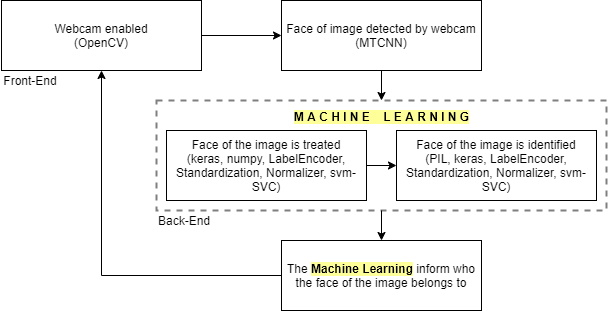
claudineien/machine-learning-webcam-face-recognition-python keeps this draw.io diagram as img/machlearnfacerecogn-en.png. Above is the earlier version. Source tidied: cells renumbered, new cells last; positions are measured from the earlier drawing's top-left corner, leaving out a move shared by most shapes. Its diagram source:
```xml
<mxGraphModel>
  <root>
    <mxCell id="0" />
    <mxCell id="1" parent="0" />
    <mxCell id="2" style="rounded=0;whiteSpace=wrap;html=1;dashed=1;perimeterSpacing=0;strokeWidth=2;fillColor=none;opacity=50;" parent="1" vertex="1">
      <mxGeometry x="156" y="100" width="450" height="110" as="geometry" />
    </mxCell>
    <mxCell id="3" style="edgeStyle=orthogonalEdgeStyle;rounded=0;jettySize=auto;html=1;exitX=1;exitY=0.5;exitDx=0;exitDy=0;entryX=0;entryY=0.5;entryDx=0;entryDy=0;" parent="1" edge="1" source="4" target="6">
      <mxGeometry relative="1" as="geometry" />
    </mxCell>
    <mxCell id="4" value="Webcam enabled&lt;br&gt;(OpenCV)" style="rounded=0;whiteSpace=wrap;html=1;" parent="1" vertex="1">
      <mxGeometry x="1" width="200" height="70" as="geometry" />
    </mxCell>
    <mxCell id="5" style="edgeStyle=orthogonalEdgeStyle;rounded=0;jettySize=auto;html=1;exitX=0.5;exitY=1;exitDx=0;exitDy=0;entryX=0.5;entryY=0;entryDx=0;entryDy=0;" parent="1" edge="1" source="6" target="2">
      <mxGeometry relative="1" as="geometry" />
    </mxCell>
    <mxCell id="6" value="Face of image detected by webcam&lt;br&gt;(MTCNN)" style="rounded=0;whiteSpace=wrap;html=1;" parent="1" vertex="1">
      <mxGeometry x="281" width="200" height="70" as="geometry" />
    </mxCell>
    <mxCell id="7" style="edgeStyle=orthogonalEdgeStyle;rounded=0;jettySize=auto;html=1;exitX=1;exitY=0.5;exitDx=0;exitDy=0;entryX=0;entryY=0.5;entryDx=0;entryDy=0;" parent="1" edge="1" source="8" target="11">
      <mxGeometry relative="1" as="geometry" />
    </mxCell>
    <mxCell id="8" value="Face of the image is treated&lt;br&gt;(keras, numpy, LabelEncoder, Standardization, Normalizer, svm-SVC)" style="rounded=0;whiteSpace=wrap;html=1;" parent="1" vertex="1">
      <mxGeometry x="166" y="130" width="200" height="70" as="geometry" />
    </mxCell>
    <mxCell id="9" value="&lt;b style=&quot;background-color: rgb(255 , 255 , 153)&quot;&gt;M A C H I N E&amp;nbsp; &amp;nbsp; L E A R N I N G&lt;/b&gt;" style="text;html=1;strokeColor=none;fillColor=none;align=center;verticalAlign=middle;whiteSpace=wrap;rounded=0;dashed=1;" parent="1" vertex="1">
      <mxGeometry x="268.5" y="106" width="225" height="20" as="geometry" />
    </mxCell>
    <mxCell id="10" style="edgeStyle=orthogonalEdgeStyle;rounded=0;jettySize=auto;html=1;entryX=0.5;entryY=0;entryDx=0;entryDy=0;exitX=0.5;exitY=1;exitDx=0;exitDy=0;" parent="1" edge="1" source="2" target="13">
      <mxGeometry relative="1" as="geometry" />
    </mxCell>
    <mxCell id="11" value="Face of the image is identified&lt;br&gt;(PIL, keras, LabelEncoder, Standardization, Normalizer, svm-SVC)" style="rounded=0;whiteSpace=wrap;html=1;strokeWidth=1;fillColor=none;" parent="1" vertex="1">
      <mxGeometry x="396" y="130" width="200" height="70" as="geometry" />
    </mxCell>
    <mxCell id="12" style="edgeStyle=orthogonalEdgeStyle;rounded=0;jettySize=auto;html=1;exitX=0;exitY=0.5;exitDx=0;exitDy=0;" parent="1" edge="1" source="13" target="4">
      <mxGeometry relative="1" as="geometry" />
    </mxCell>
    <mxCell id="13" value="The &lt;b style=&quot;background-color: rgb(255 , 255 , 153)&quot;&gt;Machine Learning&lt;/b&gt; inform who the face of the image belongs to" style="rounded=0;whiteSpace=wrap;html=1;strokeWidth=1;fillColor=none;" parent="1" vertex="1">
      <mxGeometry x="281" y="240" width="200" height="70" as="geometry" />
    </mxCell>
    <mxCell id="14" value="Front-End" style="text;html=1;strokeColor=none;fillColor=none;align=center;verticalAlign=middle;whiteSpace=wrap;rounded=0;" parent="1" vertex="1">
      <mxGeometry y="70" width="60" height="20" as="geometry" />
    </mxCell>
    <mxCell id="15" value="Back-End" style="text;html=1;strokeColor=none;fillColor=none;align=center;verticalAlign=middle;whiteSpace=wrap;rounded=0;" parent="1" vertex="1">
      <mxGeometry x="154" y="210" width="60" height="20" as="geometry" />
    </mxCell>
  </root>
</mxGraphModel>
```
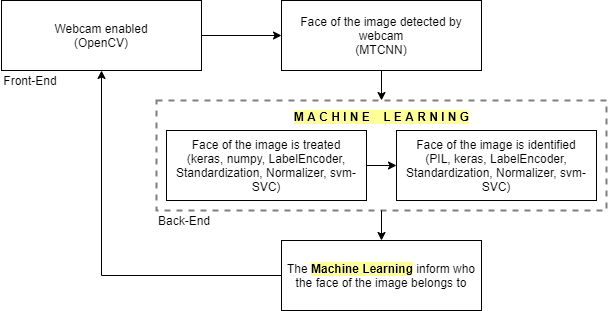
The same file after the commit.

Change to the diagram source:
```diff
@@ -14,7 +14,7 @@
     <mxCell id="5" style="edgeStyle=orthogonalEdgeStyle;rounded=0;jettySize=auto;html=1;exitX=0.5;exitY=1;exitDx=0;exitDy=0;entryX=0.5;entryY=0;entryDx=0;entryDy=0;" parent="1" edge="1" source="6" target="2">
       <mxGeometry relative="1" as="geometry" />
     </mxCell>
-    <mxCell id="6" value="Face of image detected by webcam&lt;br&gt;(MTCNN)" style="rounded=0;whiteSpace=wrap;html=1;" parent="1" vertex="1">
+    <mxCell id="6" value="Face of the image detected by webcam&lt;br&gt;(MTCNN)" style="rounded=0;whiteSpace=wrap;html=1;" parent="1" vertex="1">
       <mxGeometry x="281" width="200" height="70" as="geometry" />
     </mxCell>
     <mxCell id="7" style="edgeStyle=orthogonalEdgeStyle;rounded=0;jettySize=auto;html=1;exitX=1;exitY=0.5;exitDx=0;exitDy=0;entryX=0;entryY=0.5;entryDx=0;entryDy=0;" parent="1" edge="1" source="8" target="11">
```
